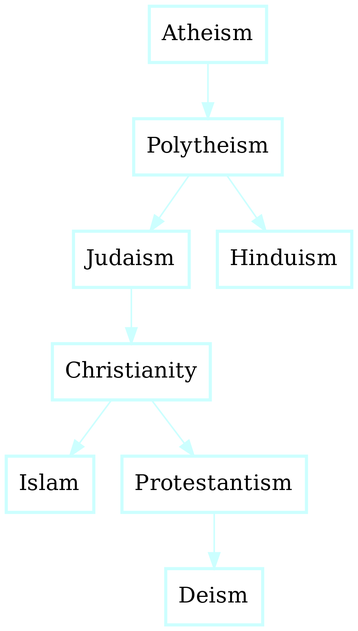
This is graphs/Our_Ideological_Spiritual_Lineage_is_an_evolutionary_heritage,_delineated_by_major_reformational_events.png from julianfl0w/Deism, a Graphviz export, as it was before one commit. Its source is kept beside it as graphs/Our_Ideological_Spiritual_Lineage_is_an_evolutionary_heritage,_delineated_by_major_reformational_events.dot.
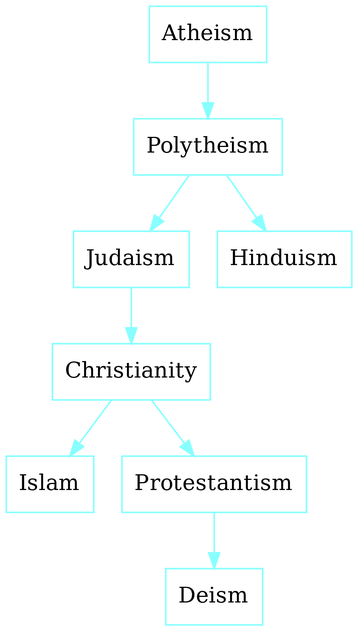
Later version of the same file.

Change to the diagram source:
```diff
@@ -6,19 +6,19 @@
 bgcolor = white
 gradientangle = 0
 dpi = 300
-"cluster_76" [rankdir=TB, shape=box, penwidth=2, color="#ccffff", fontcolor=black, fillcolor=white, style=filled, gradientangle=270.05, label="Atheism"]
-"cluster_77" [rankdir=TB, shape=box, penwidth=2, color="#ccffff", fontcolor=black, fillcolor=white, style=filled, gradientangle=270.05, label="Polytheism"]
-"cluster_78" [rankdir=TB, shape=box, penwidth=2, color="#ccffff", fontcolor=black, fillcolor=white, style=filled, gradientangle=270.05, label="Judaism"]
-"cluster_79" [rankdir=TB, shape=box, penwidth=2, color="#ccffff", fontcolor=black, fillcolor=white, style=filled, gradientangle=270.05, label="Christianity"]
-"cluster_80" [rankdir=TB, shape=box, penwidth=2, color="#ccffff", fontcolor=black, fillcolor=white, style=filled, gradientangle=270.05, label="Islam"]
-"cluster_79" -> "cluster_80" [color="#ccffff", penwidth=1, ltail="cluster_79", lhead="cluster_80"]
-"cluster_81" [rankdir=TB, shape=box, penwidth=2, color="#ccffff", fontcolor=black, fillcolor=white, style=filled, gradientangle=270.05, label="Protestantism"]
-"cluster_82" [rankdir=TB, shape=box, penwidth=2, color="#ccffff", fontcolor=black, fillcolor=white, style=filled, gradientangle=270.05, label="Deism"]
-"cluster_81" -> "cluster_82" [color="#ccffff", penwidth=1, ltail="cluster_81", lhead="cluster_82"]
-"cluster_79" -> "cluster_81" [color="#ccffff", penwidth=1, ltail="cluster_81", lhead="cluster_82"]
-"cluster_78" -> "cluster_79" [color="#ccffff", penwidth=1, ltail="cluster_81", lhead="cluster_82"]
-"cluster_77" -> "cluster_78" [color="#ccffff", penwidth=1, ltail="cluster_81", lhead="cluster_82"]
-"cluster_83" [rankdir=TB, shape=box, penwidth=2, color="#ccffff", fontcolor=black, fillcolor=white, style=filled, gradientangle=270.05, label="Hinduism"]
-"cluster_77" -> "cluster_83" [color="#ccffff", penwidth=1, ltail="cluster_77", lhead="cluster_83"]
-"cluster_76" -> "cluster_77" [color="#ccffff", penwidth=1, ltail="cluster_77", lhead="cluster_83"]
+"cluster_76" [rankdir=TB, shape=box, penwidth=1, color="#88ffff", fontcolor=black, fillcolor=white, style=filled, gradientangle=270.05, label="Atheism"]
+"cluster_77" [rankdir=TB, shape=box, penwidth=1, color="#88ffff", fontcolor=black, fillcolor=white, style=filled, gradientangle=270.05, label="Polytheism"]
+"cluster_78" [rankdir=TB, shape=box, penwidth=1, color="#88ffff", fontcolor=black, fillcolor=white, style=filled, gradientangle=270.05, label="Judaism"]
+"cluster_79" [rankdir=TB, shape=box, penwidth=1, color="#88ffff", fontcolor=black, fillcolor=white, style=filled, gradientangle=270.05, label="Christianity"]
+"cluster_80" [rankdir=TB, shape=box, penwidth=1, color="#88ffff", fontcolor=black, fillcolor=white, style=filled, gradientangle=270.05, label="Islam"]
+"cluster_79" -> "cluster_80" [color="#88ffff", penwidth=1, ltail="cluster_79", lhead="cluster_80"]
+"cluster_81" [rankdir=TB, shape=box, penwidth=1, color="#88ffff", fontcolor=black, fillcolor=white, style=filled, gradientangle=270.05, label="Protestantism"]
+"cluster_82" [rankdir=TB, shape=box, penwidth=1, color="#88ffff", fontcolor=black, fillcolor=white, style=filled, gradientangle=270.05, label="Deism"]
+"cluster_81" -> "cluster_82" [color="#88ffff", penwidth=1, ltail="cluster_81", lhead="cluster_82"]
+"cluster_79" -> "cluster_81" [color="#88ffff", penwidth=1, ltail="cluster_81", lhead="cluster_82"]
+"cluster_78" -> "cluster_79" [color="#88ffff", penwidth=1, ltail="cluster_81", lhead="cluster_82"]
+"cluster_77" -> "cluster_78" [color="#88ffff", penwidth=1, ltail="cluster_81", lhead="cluster_82"]
+"cluster_83" [rankdir=TB, shape=box, penwidth=1, color="#88ffff", fontcolor=black, fillcolor=white, style=filled, gradientangle=270.05, label="Hinduism"]
+"cluster_77" -> "cluster_83" [color="#88ffff", penwidth=1, ltail="cluster_77", lhead="cluster_83"]
+"cluster_76" -> "cluster_77" [color="#88ffff", penwidth=1, ltail="cluster_77", lhead="cluster_83"]
 }
```
